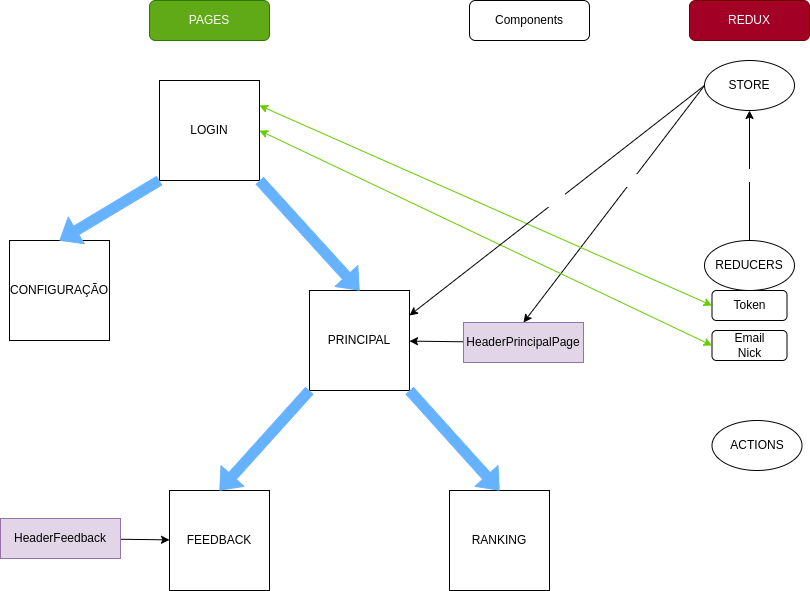
This is src/mapProjectTrivia.drawio.png from FlavioVillar/Project-game-trivia-react-redux, a draw.io export, as it was before one commit. Source tidied: cells renumbered, new cells last; positions are measured from the earlier drawing's top-left corner, leaving out a move shared by most shapes. Source of this version:
```xml
<mxGraphModel>
  <root>
    <mxCell id="0" />
    <mxCell id="1" parent="0" />
    <mxCell id="2" value="Token / Nick / Email" style="edgeStyle=none;html=1;fontColor=#FFFFFF;exitX=0.5;exitY=0;exitDx=0;exitDy=0;" parent="1" edge="1" source="19" target="17">
      <mxGeometry relative="1" as="geometry" />
    </mxCell>
    <mxCell id="3" value="LOGIN" style="whiteSpace=wrap;html=1;" parent="1" vertex="1">
      <mxGeometry x="159" y="80" width="100" height="100" as="geometry" />
    </mxCell>
    <mxCell id="4" value="CONFIGURAÇÃO" style="whiteSpace=wrap;html=1;" parent="1" vertex="1">
      <mxGeometry x="9" y="240" width="100" height="100" as="geometry" />
    </mxCell>
    <mxCell id="5" value="PRINCIPAL" style="whiteSpace=wrap;html=1;" parent="1" vertex="1">
      <mxGeometry x="309" y="290" width="100" height="100" as="geometry" />
    </mxCell>
    <mxCell id="6" value="PAGES" style="rounded=1;whiteSpace=wrap;html=1;fillColor=#60a917;fontColor=#ffffff;strokeColor=#2D7600;" parent="1" vertex="1">
      <mxGeometry x="149" width="120" height="40" as="geometry" />
    </mxCell>
    <mxCell id="7" value="FEEDBACK" style="whiteSpace=wrap;html=1;" parent="1" vertex="1">
      <mxGeometry x="169" y="490" width="100" height="100" as="geometry" />
    </mxCell>
    <mxCell id="8" style="edgeStyle=none;html=1;" parent="1" edge="1" source="9" target="5">
      <mxGeometry relative="1" as="geometry" />
    </mxCell>
    <mxCell id="9" value="HeaderPrincipalPage" style="rounded=0;whiteSpace=wrap;html=1;fillColor=#e1d5e7;strokeColor=#9673a6;fontColor=#030303;" parent="1" vertex="1">
      <mxGeometry x="463" y="322" width="120" height="40" as="geometry" />
    </mxCell>
    <mxCell id="10" style="edgeStyle=none;html=1;" parent="1" edge="1" source="11" target="7">
      <mxGeometry relative="1" as="geometry" />
    </mxCell>
    <mxCell id="11" value="HeaderFeedback" style="rounded=0;whiteSpace=wrap;html=1;fillColor=#e1d5e7;strokeColor=#9673a6;fontColor=#030303;" parent="1" vertex="1">
      <mxGeometry y="518" width="120" height="40" as="geometry" />
    </mxCell>
    <mxCell id="12" value="Components" style="rounded=1;whiteSpace=wrap;html=1;" parent="1" vertex="1">
      <mxGeometry x="469" width="120" height="40" as="geometry" />
    </mxCell>
    <mxCell id="13" value="RANKING" style="whiteSpace=wrap;html=1;" parent="1" vertex="1">
      <mxGeometry x="449" y="490" width="100" height="100" as="geometry" />
    </mxCell>
    <mxCell id="14" value="REDUX" style="rounded=1;whiteSpace=wrap;html=1;fillColor=#a20025;fontColor=#ffffff;strokeColor=#6F0000;" parent="1" vertex="1">
      <mxGeometry x="689" width="120" height="40" as="geometry" />
    </mxCell>
    <mxCell id="15" style="edgeStyle=none;html=1;entryX=0.5;entryY=0;entryDx=0;entryDy=0;fontColor=#030303;exitX=0;exitY=0.5;exitDx=0;exitDy=0;" parent="1" edge="1" source="17" target="9">
      <mxGeometry relative="1" as="geometry" />
    </mxCell>
    <mxCell id="16" value="Nick / Email" style="edgeLabel;html=1;align=center;verticalAlign=middle;fontColor=#FFFFFF;" parent="15" vertex="1">
      <mxGeometry x="-0.39" y="2" relative="1" as="geometry">
        <mxPoint x="-6" y="21" as="offset" />
      </mxGeometry>
    </mxCell>
    <mxCell id="17" value="STORE" style="ellipse;whiteSpace=wrap;html=1;" parent="1" vertex="1">
      <mxGeometry x="704" y="60" width="90" height="50" as="geometry" />
    </mxCell>
    <mxCell id="18" value="ACTIONS" style="ellipse;whiteSpace=wrap;html=1;" parent="1" vertex="1">
      <mxGeometry x="711.5" y="420" width="90" height="50" as="geometry" />
    </mxCell>
    <mxCell id="19" value="REDUCERS" style="ellipse;whiteSpace=wrap;html=1;" parent="1" vertex="1">
      <mxGeometry x="704" y="240" width="90" height="50" as="geometry" />
    </mxCell>
    <mxCell id="20" value="Token" style="rounded=1;whiteSpace=wrap;html=1;" parent="1" vertex="1">
      <mxGeometry x="711.5" y="290" width="75" height="30" as="geometry" />
    </mxCell>
    <mxCell id="21" value="Email&lt;br&gt;Nick" style="rounded=1;whiteSpace=wrap;html=1;" parent="1" vertex="1">
      <mxGeometry x="711.5" y="330" width="75" height="30" as="geometry" />
    </mxCell>
    <mxCell id="22" style="shape=flexArrow;endArrow=classic;html=1;fontColor=#66B2FF;entryX=0.5;entryY=0;entryDx=0;entryDy=0;exitX=1;exitY=1;exitDx=0;exitDy=0;labelBackgroundColor=#66B2FF;strokeColor=#66B2FF;fillColor=#66B2FF;" parent="1" edge="1" source="3" target="5">
      <mxGeometry relative="1" as="geometry" />
    </mxCell>
    <mxCell id="23" style="shape=flexArrow;endArrow=classic;html=1;fontColor=#66B2FF;entryX=0.5;entryY=0;entryDx=0;entryDy=0;exitX=0;exitY=1;exitDx=0;exitDy=0;labelBackgroundColor=#66B2FF;strokeColor=#66B2FF;fillColor=#66B2FF;" parent="1" edge="1" source="3" target="4">
      <mxGeometry relative="1" as="geometry" />
    </mxCell>
    <mxCell id="24" style="endArrow=classic;startArrow=classic;html=1;labelBackgroundColor=#66B2FF;fontColor=#66B2FF;strokeColor=#66CC00;fillColor=#66B2FF;entryX=1;entryY=0.25;entryDx=0;entryDy=0;exitX=0;exitY=0.5;exitDx=0;exitDy=0;" parent="1" edge="1" source="20" target="3">
      <mxGeometry relative="1" as="geometry" />
    </mxCell>
    <mxCell id="25" style="endArrow=classic;startArrow=classic;html=1;labelBackgroundColor=#66B2FF;fontColor=#66B2FF;strokeColor=#66CC00;fillColor=#66B2FF;entryX=1;entryY=0.5;entryDx=0;entryDy=0;exitX=0;exitY=0.5;exitDx=0;exitDy=0;" parent="1" edge="1" source="21" target="3">
      <mxGeometry relative="1" as="geometry" />
    </mxCell>
    <mxCell id="26" style="shape=flexArrow;endArrow=classic;html=1;fontColor=#66B2FF;exitX=0;exitY=1;exitDx=0;exitDy=0;labelBackgroundColor=#66B2FF;strokeColor=#66B2FF;fillColor=#66B2FF;entryX=0.5;entryY=0;entryDx=0;entryDy=0;" parent="1" edge="1" source="5" target="7">
      <mxGeometry relative="1" as="geometry" />
    </mxCell>
    <mxCell id="27" style="shape=flexArrow;endArrow=classic;html=1;fontColor=#66B2FF;exitX=1;exitY=1;exitDx=0;exitDy=0;labelBackgroundColor=#66B2FF;strokeColor=#66B2FF;fillColor=#66B2FF;entryX=0.5;entryY=0;entryDx=0;entryDy=0;" parent="1" edge="1" source="5" target="13">
      <mxGeometry relative="1" as="geometry" />
    </mxCell>
    <mxCell id="28" style="edgeStyle=none;html=1;fontColor=#030303;exitX=0;exitY=0.5;exitDx=0;exitDy=0;entryX=1;entryY=0.25;entryDx=0;entryDy=0;" parent="1" edge="1" source="17" target="5">
      <mxGeometry relative="1" as="geometry" />
    </mxCell>
    <mxCell id="29" value="Token" style="edgeLabel;html=1;align=center;verticalAlign=middle;fontColor=#FFFFFF;" parent="28" vertex="1">
      <mxGeometry x="-0.39" y="2" relative="1" as="geometry">
        <mxPoint x="-66" y="43" as="offset" />
      </mxGeometry>
    </mxCell>
  </root>
</mxGraphModel>
```
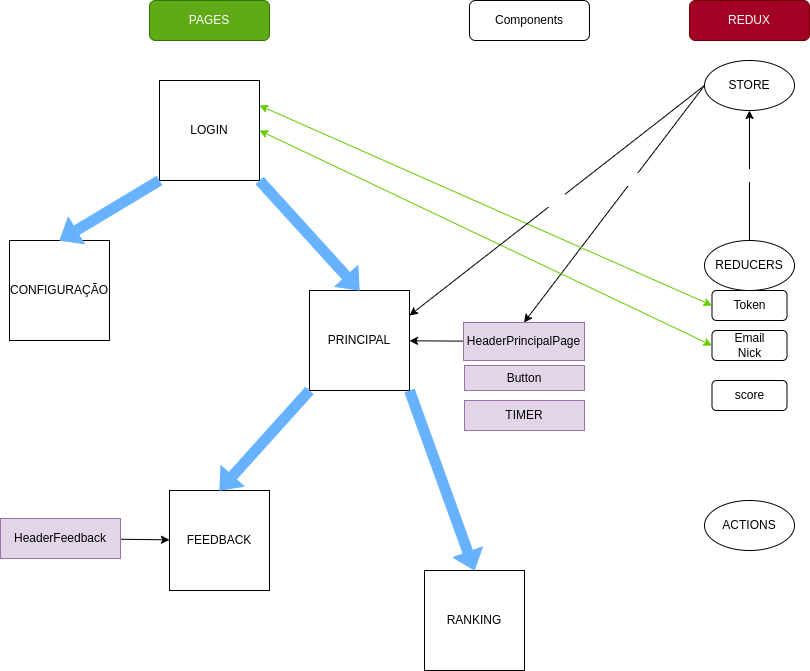
After the commit.

What changed in the source:
```diff
@@ -24,7 +24,7 @@
       <mxGeometry relative="1" as="geometry" />
     </mxCell>
     <mxCell id="9" value="HeaderPrincipalPage" style="rounded=0;whiteSpace=wrap;html=1;fillColor=#e1d5e7;strokeColor=#9673a6;fontColor=#030303;" parent="1" vertex="1">
-      <mxGeometry x="463" y="322" width="120" height="40" as="geometry" />
+      <mxGeometry x="463" y="322" width="121" height="38" as="geometry" />
     </mxCell>
     <mxCell id="10" style="edgeStyle=none;html=1;" parent="1" edge="1" source="11" target="7">
       <mxGeometry relative="1" as="geometry" />
@@ -36,7 +36,7 @@
       <mxGeometry x="469" width="120" height="40" as="geometry" />
     </mxCell>
     <mxCell id="13" value="RANKING" style="whiteSpace=wrap;html=1;" parent="1" vertex="1">
-      <mxGeometry x="449" y="490" width="100" height="100" as="geometry" />
+      <mxGeometry x="424" y="570" width="100" height="100" as="geometry" />
     </mxCell>
     <mxCell id="14" value="REDUX" style="rounded=1;whiteSpace=wrap;html=1;fillColor=#a20025;fontColor=#ffffff;strokeColor=#6F0000;" parent="1" vertex="1">
       <mxGeometry x="689" width="120" height="40" as="geometry" />
@@ -53,7 +53,7 @@
       <mxGeometry x="704" y="60" width="90" height="50" as="geometry" />
     </mxCell>
     <mxCell id="18" value="ACTIONS" style="ellipse;whiteSpace=wrap;html=1;" parent="1" vertex="1">
-      <mxGeometry x="711.5" y="420" width="90" height="50" as="geometry" />
+      <mxGeometry x="704" y="500" width="90" height="50" as="geometry" />
     </mxCell>
     <mxCell id="19" value="REDUCERS" style="ellipse;whiteSpace=wrap;html=1;" parent="1" vertex="1">
       <mxGeometry x="704" y="240" width="90" height="50" as="geometry" />
@@ -90,5 +90,14 @@
         <mxPoint x="-66" y="43" as="offset" />
       </mxGeometry>
     </mxCell>
+    <mxCell id="30" value="score&lt;br&gt;" style="rounded=1;whiteSpace=wrap;html=1;" parent="1" vertex="1">
+      <mxGeometry x="711.5" y="380" width="75" height="30" as="geometry" />
+    </mxCell>
+    <mxCell id="31" value="Button" style="rounded=0;whiteSpace=wrap;html=1;fillColor=#e1d5e7;strokeColor=#9673a6;fontColor=#030303;" parent="1" vertex="1">
+      <mxGeometry x="464" y="365" width="120" height="25" as="geometry" />
+    </mxCell>
+    <mxCell id="32" value="TIMER" style="rounded=0;whiteSpace=wrap;html=1;fillColor=#e1d5e7;strokeColor=#9673a6;fontColor=#030303;" parent="1" vertex="1">
+      <mxGeometry x="464" y="400" width="120" height="30" as="geometry" />
+    </mxCell>
   </root>
 </mxGraphModel>
```
